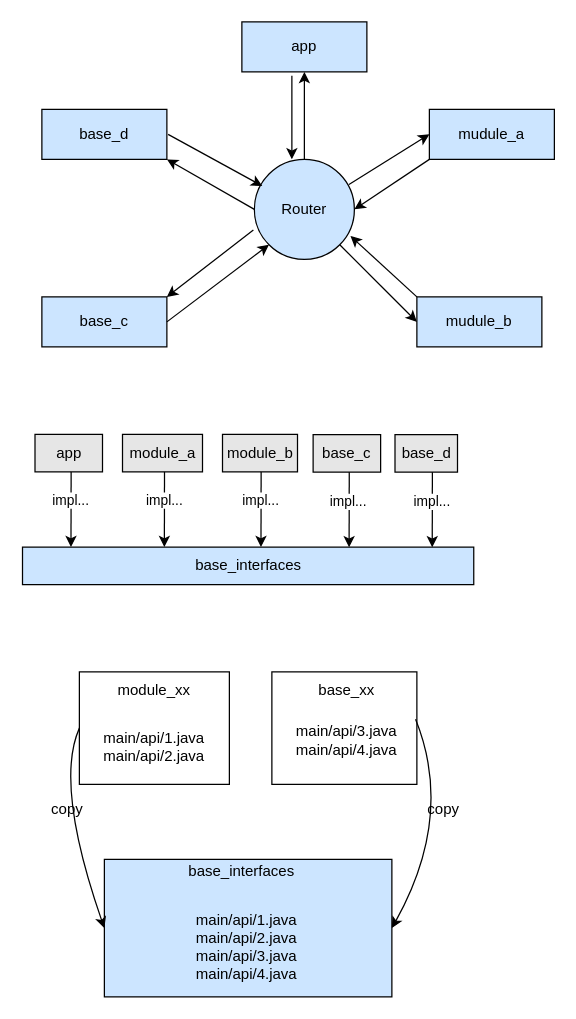
Above: page "Page-26" (26 of 27) of T9.drawio in shinecjj/UML (draw.io), before the change. Source tidied: cells renumbered, new cells numbered last; positions are measured from the earlier drawing's top-left corner, leaving out a move shared by most shapes. Both pictures are drawn from the tidied source at 125%, with x=0, y=0 at pixel (21, 21).
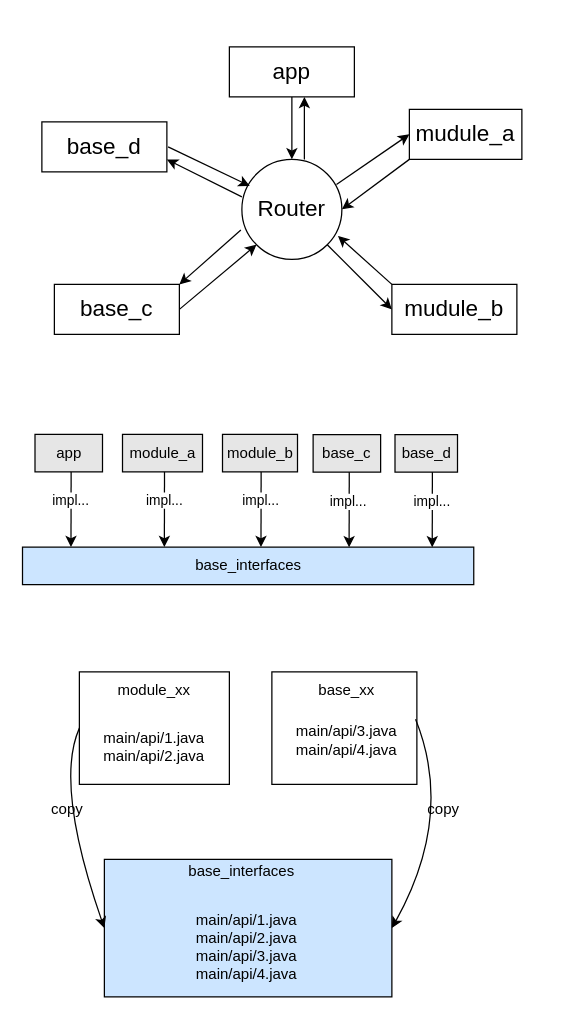
Above is the later version.

The edit, as a diff of the source:
```diff
@@
-    <mxCell id="31" value="Router" style="ellipse;whiteSpace=wrap;html=1;strokeColor=#000000;fillColor=#CCE5FF;" parent="1" vertex="1">
-      <mxGeometry x="186" y="110" width="80" height="80" as="geometry" />
+    <mxCell id="31" value="&lt;font style=&quot;font-size: 18px&quot;&gt;Router&lt;/font&gt;" style="ellipse;whiteSpace=wrap;html=1;strokeColor=#000000;fillColor=none;" parent="1" vertex="1">
+      <mxGeometry x="176" y="110" width="80" height="80" as="geometry" />
     </mxCell>
-    <mxCell id="32" value="mudule_a" style="rounded=0;whiteSpace=wrap;html=1;strokeColor=#000000;fillColor=#CCE5FF;" parent="1" vertex="1">
-      <mxGeometry x="326" y="70" width="100" height="40" as="geometry" />
+    <mxCell id="32" value="&lt;font style=&quot;font-size: 18px&quot;&gt;mudule_a&lt;/font&gt;" style="rounded=0;whiteSpace=wrap;html=1;strokeColor=#000000;fillColor=none;" parent="1" vertex="1">
+      <mxGeometry x="310" y="70" width="90" height="40" as="geometry" />
     </mxCell>
-    <mxCell id="33" value="mudule_b" style="rounded=0;whiteSpace=wrap;html=1;strokeColor=#000000;fillColor=#CCE5FF;" parent="1" vertex="1">
-      <mxGeometry x="316" y="220" width="100" height="40" as="geometry" />
+    <mxCell id="33" value="&lt;font style=&quot;font-size: 18px&quot;&gt;mudule_b&lt;/font&gt;" style="rounded=0;whiteSpace=wrap;html=1;strokeColor=#000000;fillColor=none;" parent="1" vertex="1">
+      <mxGeometry x="296" y="210" width="100" height="40" as="geometry" />
     </mxCell>
-    <mxCell id="34" value="base_c" style="rounded=0;whiteSpace=wrap;html=1;strokeColor=#000000;fillColor=#CCE5FF;" parent="1" vertex="1">
-      <mxGeometry x="16" y="220" width="100" height="40" as="geometry" />
+    <mxCell id="34" value="&lt;font style=&quot;font-size: 18px&quot;&gt;base_c&lt;/font&gt;" style="rounded=0;whiteSpace=wrap;html=1;strokeColor=#000000;fillColor=none;" parent="1" vertex="1">
+      <mxGeometry x="26" y="210" width="100" height="40" as="geometry" />
     </mxCell>
-    <mxCell id="35" value="base_d" style="rounded=0;whiteSpace=wrap;html=1;strokeColor=#000000;fillColor=#CCE5FF;" parent="1" vertex="1">
-      <mxGeometry x="16" y="70" width="100" height="40" as="geometry" />
+    <mxCell id="35" value="&lt;font style=&quot;font-size: 18px&quot;&gt;base_d&lt;/font&gt;" style="rounded=0;whiteSpace=wrap;html=1;strokeColor=#000000;fillColor=none;" parent="1" vertex="1">
+      <mxGeometry x="16" y="80" width="100" height="40" as="geometry" />
     </mxCell>
-    <mxCell id="36" value="app" style="rounded=0;whiteSpace=wrap;html=1;strokeColor=#000000;fillColor=#CCE5FF;" parent="1" vertex="1">
-      <mxGeometry x="176" width="100" height="40" as="geometry" />
+    <mxCell id="36" value="&lt;font style=&quot;font-size: 18px&quot;&gt;app&lt;/font&gt;" style="rounded=0;whiteSpace=wrap;html=1;strokeColor=#000000;fillColor=none;" parent="1" vertex="1">
+      <mxGeometry x="166" y="20" width="100" height="40" as="geometry" />
     </mxCell>
     <mxCell id="37" style="endArrow=classic;html=1;fillColor=#A9C4EB;" parent="1" edge="1">
       <mxGeometry relative="1" as="geometry">
         <mxPoint x="226" y="110" as="sourcePoint" />
-        <mxPoint x="226" y="40" as="targetPoint" />
+        <mxPoint x="226" y="60" as="targetPoint" />
       </mxGeometry>
     </mxCell>
     <mxCell id="38" style="endArrow=classic;html=1;fillColor=#A9C4EB;" parent="1" edge="1">
       <mxGeometry relative="1" as="geometry">
-        <mxPoint x="216" y="43" as="sourcePoint" />
+        <mxPoint x="216" y="60" as="sourcePoint" />
         <mxPoint x="216" y="110" as="targetPoint" />
       </mxGeometry>
     </mxCell>
@@
-    <mxCell id="40" style="endArrow=classic;html=1;fillColor=#A9C4EB;exitX=-0.01;exitY=0.707;exitDx=0;exitDy=0;exitPerimeter=0;" parent="1" edge="1" source="31">
-      <mxGeometry relative="1" as="geometry">
-        <mxPoint x="116" y="220" as="targetPoint" />
-      </mxGeometry>
+    <mxCell id="40" style="endArrow=classic;html=1;fillColor=#A9C4EB;exitX=-0.01;exitY=0.707;exitDx=0;exitDy=0;exitPerimeter=0;entryX=1;entryY=0;entryDx=0;entryDy=0;" parent="1" edge="1" source="31" target="34">
+      <mxGeometry relative="1" as="geometry" />
     </mxCell>
@@
-    <mxCell id="42" style="endArrow=classic;html=1;fillColor=#A9C4EB;exitX=0.946;exitY=0.251;exitDx=0;exitDy=0;exitPerimeter=0;" parent="1" edge="1" source="31">
-      <mxGeometry relative="1" as="geometry">
-        <mxPoint x="326" y="90" as="targetPoint" />
-      </mxGeometry>
+    <mxCell id="42" style="endArrow=classic;html=1;fillColor=#A9C4EB;exitX=0.946;exitY=0.251;exitDx=0;exitDy=0;exitPerimeter=0;entryX=0;entryY=0.5;entryDx=0;entryDy=0;" parent="1" edge="1" source="31" target="32">
+      <mxGeometry relative="1" as="geometry" />
     </mxCell>
@@
     <mxCell id="44" style="endArrow=classic;html=1;fillColor=#A9C4EB;" parent="1" edge="1">
       <mxGeometry relative="1" as="geometry">
-        <mxPoint x="186" y="150" as="sourcePoint" />
+        <mxPoint x="176" y="140" as="sourcePoint" />
         <mxPoint x="116" y="110" as="targetPoint" />
       </mxGeometry>
     </mxCell>
@@
     <mxCell id="46" style="endArrow=classic;html=1;fillColor=#A9C4EB;entryX=0.079;entryY=0.266;entryDx=0;entryDy=0;entryPerimeter=0;" parent="1" edge="1" target="31">
       <mxGeometry relative="1" as="geometry">
-        <mxPoint x="117" y="90" as="sourcePoint" />
+        <mxPoint x="117" y="100" as="sourcePoint" />
       </mxGeometry>
     </mxCell>
```
